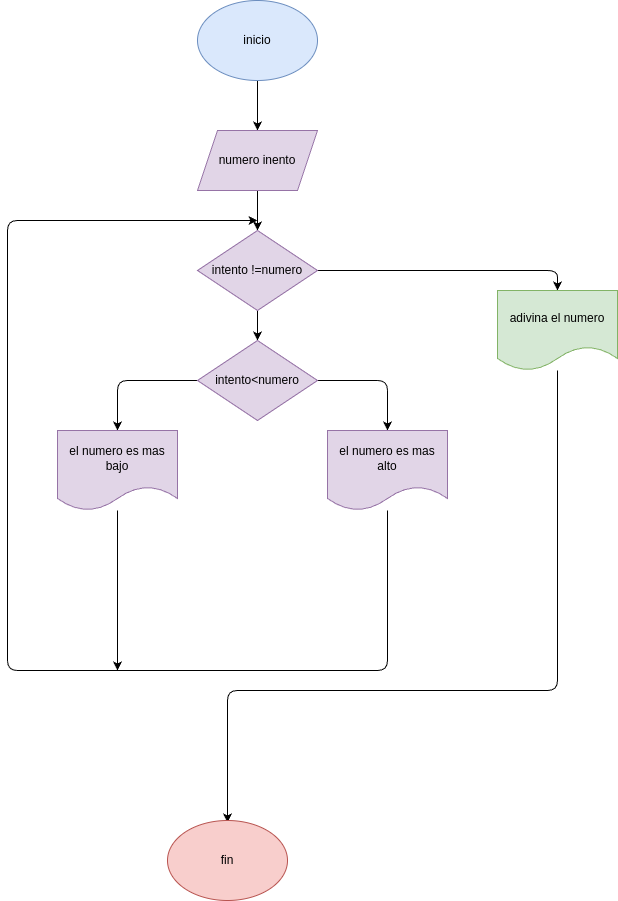
The draw.io diagram ejercicio3/diagrama.png in detonanteIvde777/taller_instrucciones_repetitiva_while, before a commit. Source tidied: cells renumbered, new cells last; positions are measured from the earlier drawing's top-left corner, leaving out a move shared by most shapes.
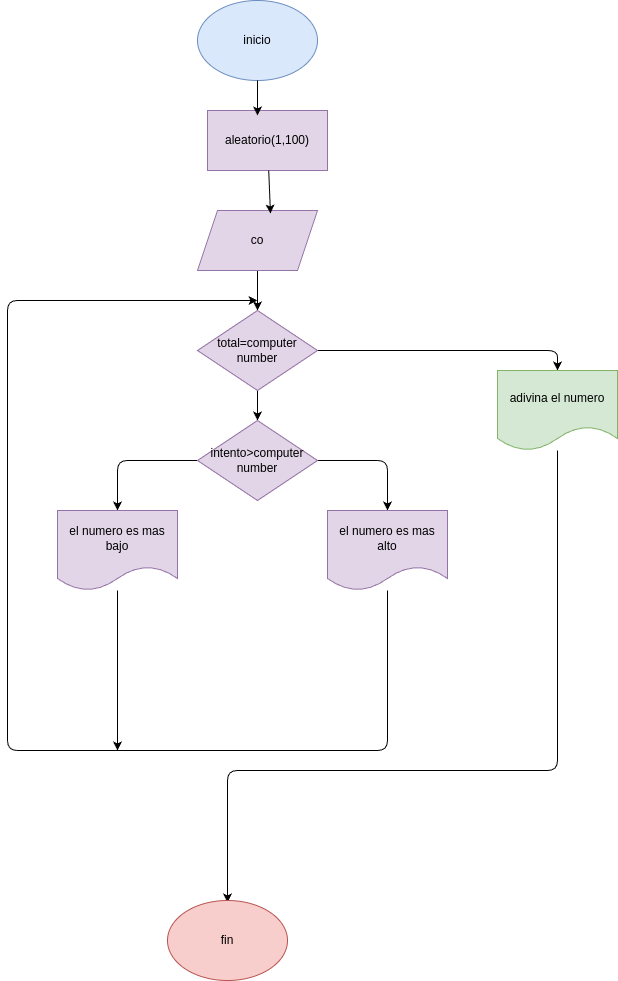
The same file after the commit.

Change to the diagram source:
```diff
@@ -2,16 +2,13 @@
   <root>
     <mxCell id="0" />
     <mxCell id="1" parent="0" />
-    <mxCell id="2" style="edgeStyle=none;html=1;entryX=0.5;entryY=0;entryDx=0;entryDy=0;" parent="1" edge="1" source="3" target="5">
-      <mxGeometry relative="1" as="geometry" />
-    </mxCell>
     <mxCell id="3" value="inicio" style="ellipse;whiteSpace=wrap;html=1;fillColor=#dae8fc;strokeColor=#6c8ebf;" parent="1" vertex="1">
-      <mxGeometry x="190" width="120" height="80" as="geometry" />
+      <mxGeometry x="190" y="-80" width="120" height="80" as="geometry" />
     </mxCell>
     <mxCell id="4" style="edgeStyle=none;html=1;entryX=0.5;entryY=0;entryDx=0;entryDy=0;" parent="1" edge="1" source="5" target="8">
       <mxGeometry relative="1" as="geometry" />
     </mxCell>
-    <mxCell id="5" value="numero inento" style="shape=parallelogram;perimeter=parallelogramPerimeter;whiteSpace=wrap;html=1;fixedSize=1;fillColor=#e1d5e7;strokeColor=#9673a6;" parent="1" vertex="1">
+    <mxCell id="5" value="co" style="shape=parallelogram;perimeter=parallelogramPerimeter;whiteSpace=wrap;html=1;fixedSize=1;fillColor=#e1d5e7;strokeColor=#9673a6;" parent="1" vertex="1">
       <mxGeometry x="190" y="130" width="120" height="60" as="geometry" />
     </mxCell>
     <mxCell id="6" style="edgeStyle=none;html=1;entryX=0.5;entryY=0;entryDx=0;entryDy=0;" parent="1" edge="1" source="8" target="11">
@@ -25,7 +22,7 @@
         </Array>
       </mxGeometry>
     </mxCell>
-    <mxCell id="8" value="intento !=numero" style="rhombus;whiteSpace=wrap;html=1;fillColor=#e1d5e7;strokeColor=#9673a6;" parent="1" vertex="1">
+    <mxCell id="8" value="total=computer number" style="rhombus;whiteSpace=wrap;html=1;fillColor=#e1d5e7;strokeColor=#9673a6;" parent="1" vertex="1">
       <mxGeometry x="190" y="230" width="120" height="80" as="geometry" />
     </mxCell>
     <mxCell id="9" style="edgeStyle=none;html=1;entryX=0.5;entryY=0;entryDx=0;entryDy=0;" parent="1" edge="1" source="11" target="13">
@@ -42,7 +39,7 @@
         </Array>
       </mxGeometry>
     </mxCell>
-    <mxCell id="11" value="intento&amp;lt;numero" style="rhombus;whiteSpace=wrap;html=1;fillColor=#e1d5e7;strokeColor=#9673a6;" parent="1" vertex="1">
+    <mxCell id="11" value="intento&amp;gt;computer number" style="rhombus;whiteSpace=wrap;html=1;fillColor=#e1d5e7;strokeColor=#9673a6;" parent="1" vertex="1">
       <mxGeometry x="190" y="340" width="120" height="80" as="geometry" />
     </mxCell>
     <mxCell id="12" style="edgeStyle=none;html=1;" parent="1" edge="1" source="13">
@@ -81,5 +78,14 @@
     <mxCell id="18" value="fin" style="ellipse;whiteSpace=wrap;html=1;fillColor=#f8cecc;strokeColor=#b85450;" parent="1" vertex="1">
       <mxGeometry x="160" y="820" width="120" height="80" as="geometry" />
     </mxCell>
+    <mxCell id="19" value="aleatorio(1,100)" style="rounded=0;whiteSpace=wrap;html=1;fillColor=#e1d5e7;strokeColor=#9673a6;" parent="1" vertex="1">
+      <mxGeometry x="200" y="30" width="120" height="60" as="geometry" />
+    </mxCell>
+    <mxCell id="20" style="edgeStyle=none;html=1;entryX=0.417;entryY=0.083;entryDx=0;entryDy=0;entryPerimeter=0;" parent="1" edge="1" source="3" target="19">
+      <mxGeometry relative="1" as="geometry" />
+    </mxCell>
+    <mxCell id="21" style="edgeStyle=none;html=1;entryX=0.608;entryY=0.05;entryDx=0;entryDy=0;entryPerimeter=0;" parent="1" edge="1" source="19" target="5">
+      <mxGeometry relative="1" as="geometry" />
+    </mxCell>
   </root>
 </mxGraphModel>
```
